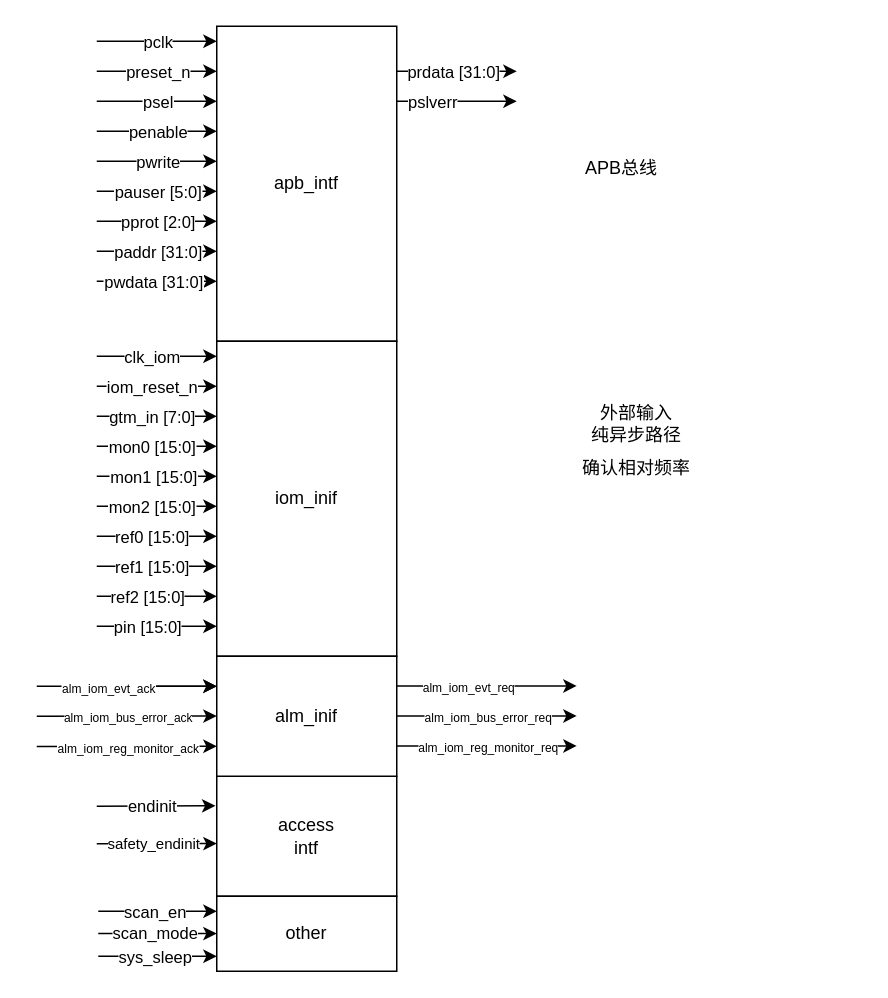
Above: page "interface" (1 of 5) of drawio/iom.drawio in iceyxy/flow-chart-drawio (draw.io), before the change. Source tidied: cells renumbered, new cells numbered last; positions are measured from the earlier drawing's top-left corner, leaving out a move shared by most shapes. Both pictures are drawn from the tidied source at 150%, with x=0, y=0 at pixel (36, 26).
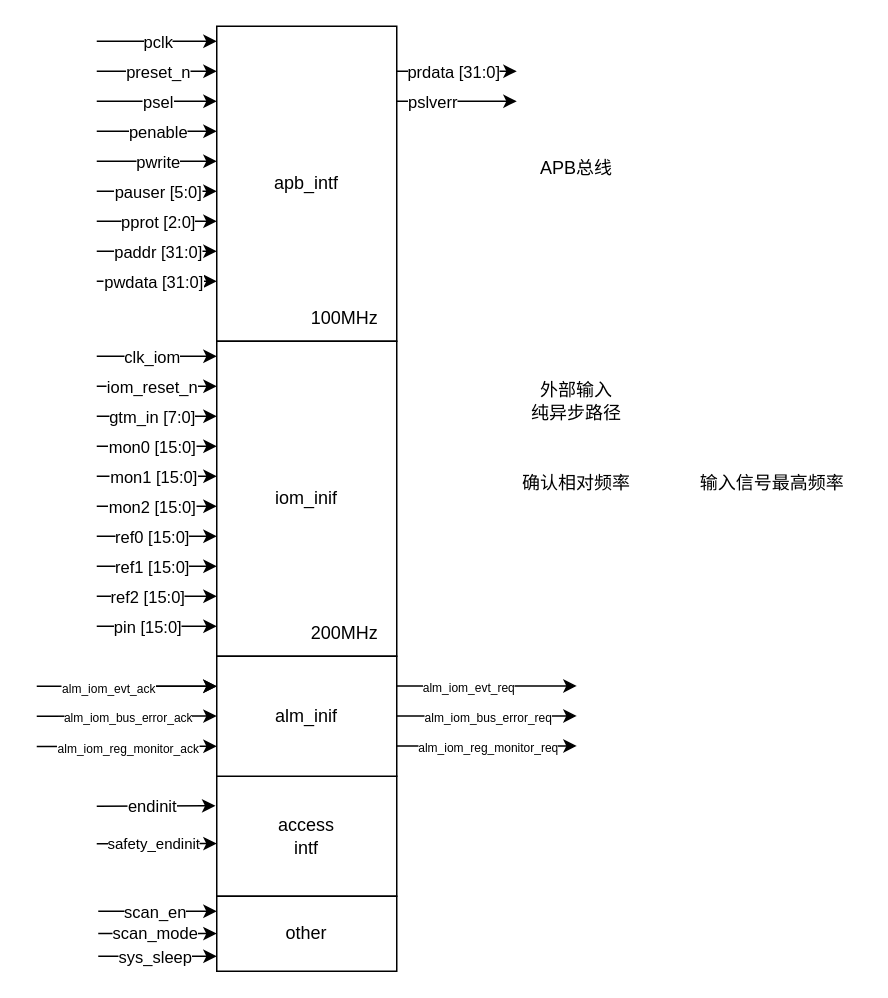
The same page after the edit.

What changed in the source:
```diff
@@
     <mxCell id="73" value="APB总线" style="text;strokeColor=none;align=center;fillColor=none;html=1;verticalAlign=middle;whiteSpace=wrap;rounded=0;" parent="1" vertex="1">
-      <mxGeometry x="360" y="80" width="60" height="30" as="geometry" />
+      <mxGeometry x="330" y="80" width="60" height="30" as="geometry" />
     </mxCell>
     <mxCell id="74" value="外部输入&lt;div&gt;纯异步路径&lt;/div&gt;" style="text;strokeColor=none;align=center;fillColor=none;html=1;verticalAlign=middle;whiteSpace=wrap;rounded=0;" parent="1" vertex="1">
-      <mxGeometry x="360" y="250" width="80" height="30" as="geometry" />
+      <mxGeometry x="320" y="230" width="80" height="40" as="geometry" />
     </mxCell>
     <mxCell id="75" value="确认相对频率" style="text;strokeColor=none;align=center;fillColor=none;html=1;verticalAlign=middle;whiteSpace=wrap;rounded=0;" parent="1" vertex="1">
-      <mxGeometry x="360" y="280" width="80" height="30" as="geometry" />
+      <mxGeometry x="320" y="290" width="80" height="30" as="geometry" />
     </mxCell>
+    <mxCell id="76" value="100MHz" style="text;html=1;align=center;verticalAlign=middle;strokeColor=none;fillColor=none;" parent="1" vertex="1">
+      <mxGeometry x="170" y="180" width="70" height="30" as="geometry" />
+    </mxCell>
+    <mxCell id="77" value="200MHz" style="text;html=1;align=center;verticalAlign=middle;strokeColor=none;fillColor=none;" parent="1" vertex="1">
+      <mxGeometry x="170" y="390" width="70" height="30" as="geometry" />
+    </mxCell>
+    <mxCell id="78" value="输入信号最高频率" style="text;html=1;align=center;verticalAlign=middle;strokeColor=none;fillColor=none;" parent="1" vertex="1">
+      <mxGeometry x="430" y="290" width="120" height="30" as="geometry" />
+    </mxCell>
```
